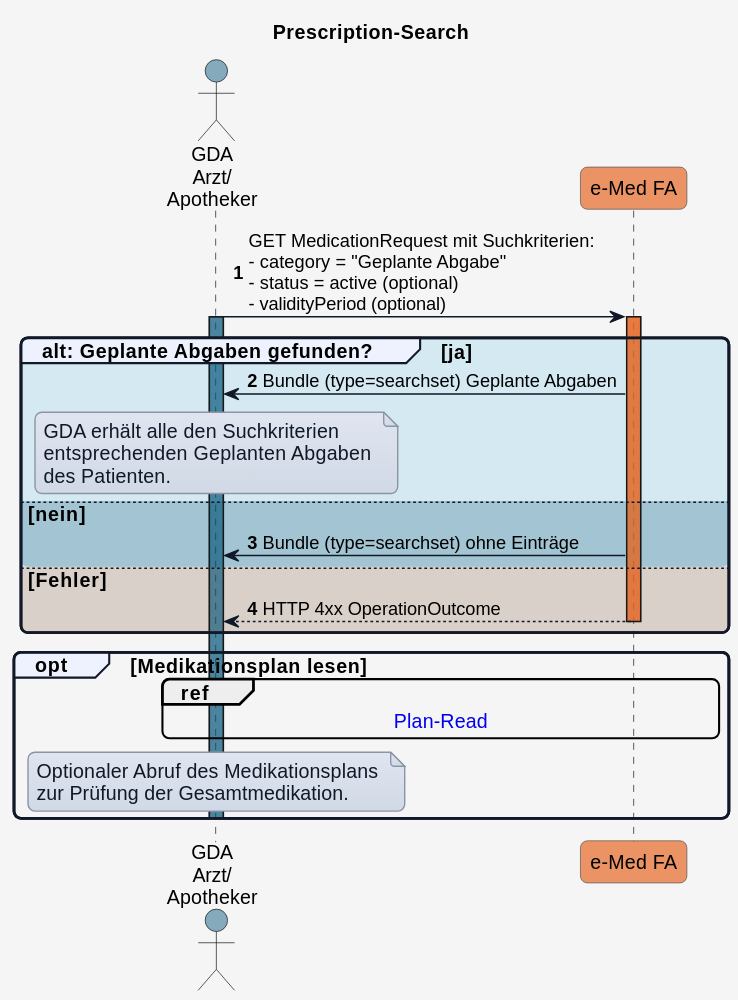
HL7Austria/ELGA-e-Medikation-R4 keeps this PlantUML diagram as input/images/plantuml/UC_eMed_07_01.svg. Above is the earlier version.
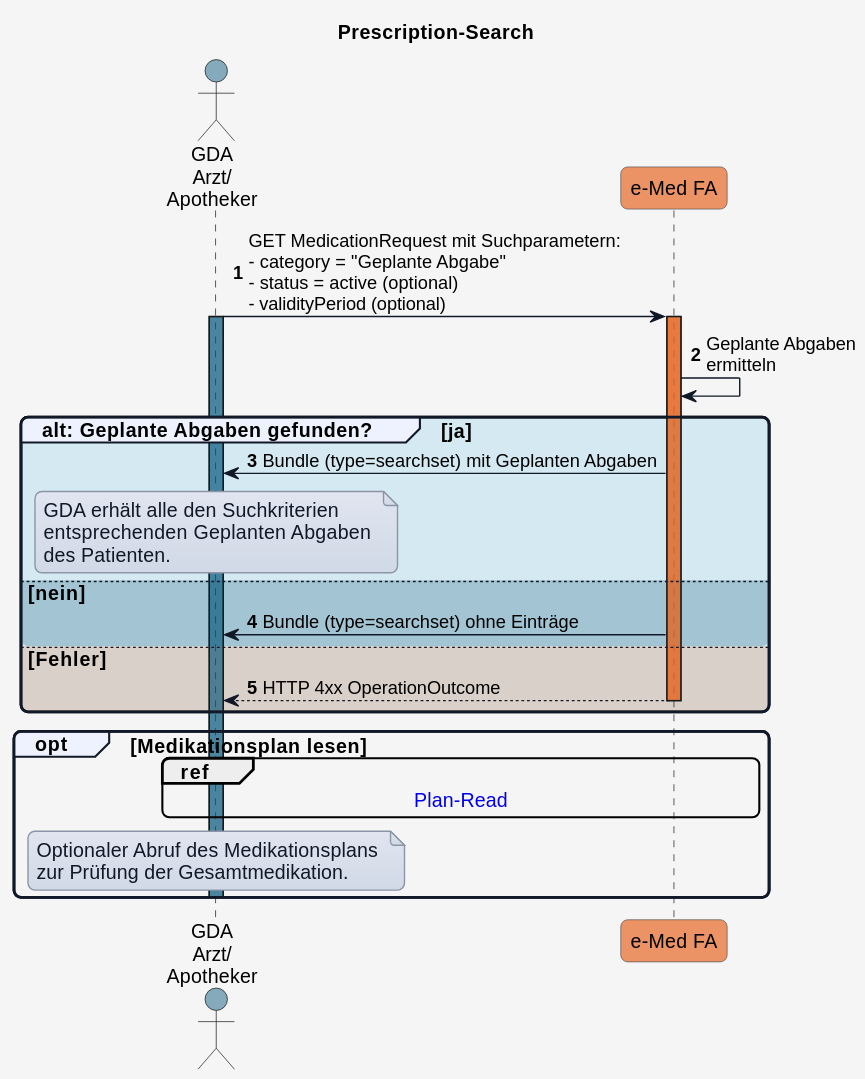
Above is the later version.

What changed in the source:
```diff
@@ -54,12 +54,14 @@
 
 autonumber
 
-GDA_1 -> eMed_FA: GET MedicationRequest mit Suchkriterien:\n- category = "Geplante Abgabe"\n- status = active (optional)\n- validityPeriod (optional)
+GDA_1 -> eMed_FA: GET MedicationRequest mit Suchparametern:\n- category = "Geplante Abgabe"\n- status = active (optional)\n- validityPeriod (optional)
 activate GDA_1 COLOR_GDA_1
 activate eMed_FA COLOR_EMED_FA
 
+eMed_FA -> eMed_FA: Geplante Abgaben\nermitteln
+
 group COLOR_OK alt: Geplante Abgaben gefunden? [ja]
-  eMed_FA -> GDA_1: Bundle (type=searchset) Geplante Abgaben
+  eMed_FA -> GDA_1: Bundle (type=searchset) mit Geplanten Abgaben
 
   note over GDA_1
   GDA erhält alle den Suchkriterien
```
